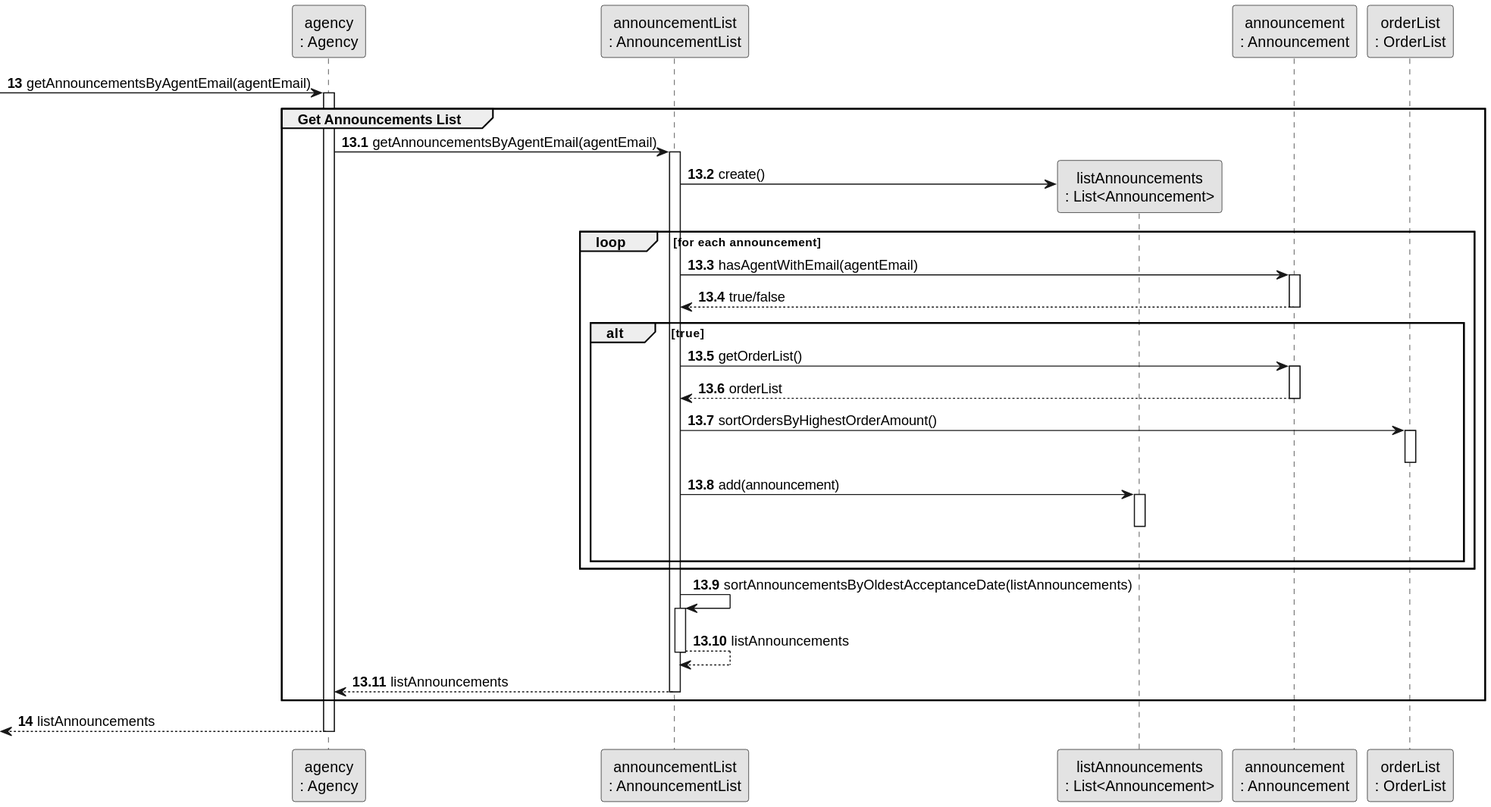
Before: docs/sprintD/us011/03.design/svg/us011-sequence-diagram-partial-get-announcements-list.svg, a diagram exported from PlantUML (rita-barbosa/LAPR2-2223). Source of this version:
```plantuml
@startuml
skinparam monochrome true
skinparam packageStyle rectangle
skinparam shadowing false


 participant "agency\n: Agency" as AGENCY
 participant "announcementList\n: AnnouncementList" as AnnList
 participant "listAnnouncements\n: List<Announcement>" as AnnounceList
 participant "announcement\n: Announcement" as Announce
 participant "orderList\n: OrderList" as OrderList



autonumber 13
     -> AGENCY: getAnnouncementsByAgentEmail(agentEmail)
     activate AGENCY

group Get Announcements List
autonumber 13.1
     AGENCY -> AnnList : getAnnouncementsByAgentEmail(agentEmail)
     activate AnnList

     AnnList -> AnnounceList**: create()


     loop for each announcement
     AnnList -> Announce : hasAgentWithEmail(agentEmail)
     activate Announce

     Announce --> AnnList : true/false
     deactivate Announce

         alt true
            AnnList -> Announce : getOrderList()
            activate Announce
            Announce --> AnnList: orderList
            deactivate Announce
            AnnList -> OrderList : sortOrdersByHighestOrderAmount()
            activate OrderList
            deactivate OrderList

            AnnList -> AnnounceList : add(announcement)
            activate AnnounceList
            deactivate AnnounceList

         |||
         end alt
     end loop
     AnnList -> AnnList : sortAnnouncementsByOldestAcceptanceDate(listAnnouncements)
     activate AnnList
     AnnList --> AnnList: listAnnouncements
     deactivate AnnList

     AnnList --> AGENCY : listAnnouncements
     deactivate AnnList

end group

autonumber 14
      <-- AGENCY : listAnnouncements
     deactivate AGENCY
@enduml
```
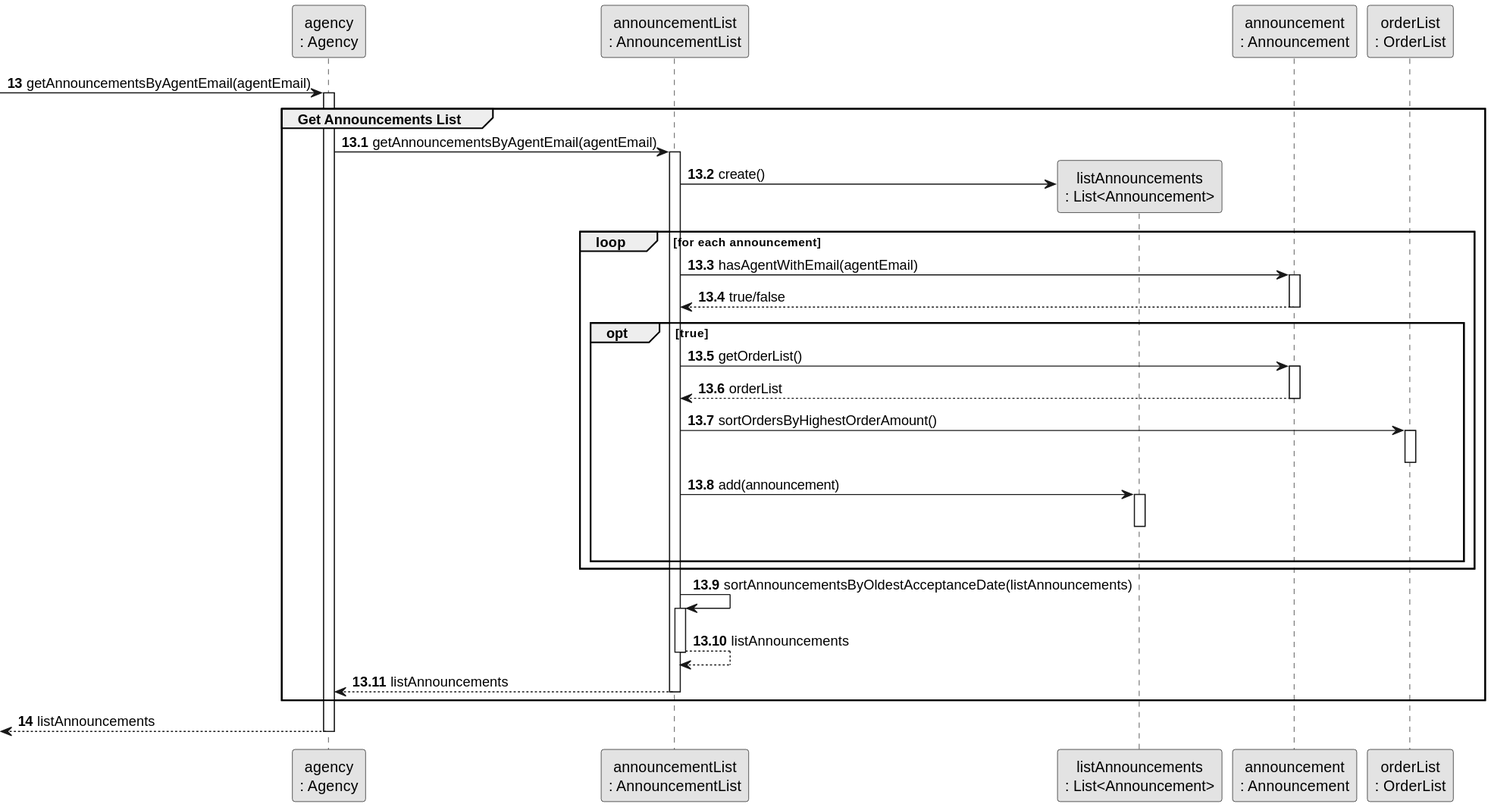
Above is the later version.

Diff of the diagram source:
```diff
@@ -31,7 +31,7 @@
      Announce --> AnnList : true/false
      deactivate Announce
 
-         alt true
+         opt true
             AnnList -> Announce : getOrderList()
             activate Announce
             Announce --> AnnList: orderList
```
